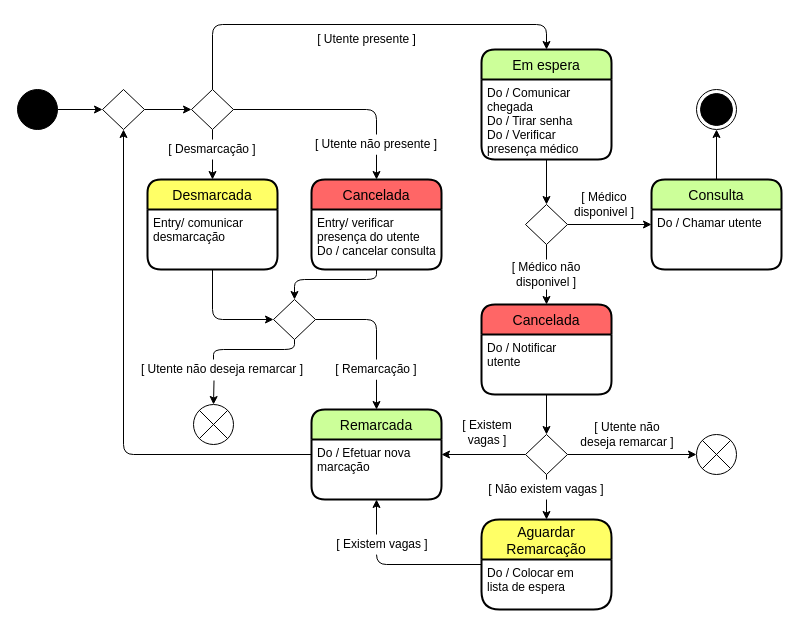
Earlier version of the draw.io diagram Diagrama de Estados - Marcação.drawio (getSierralta/Si-Centro-Hospitalar-Upskill). Source tidied: cells renumbered, new cells numbered last; positions are measured from the earlier drawing's top-left corner, leaving out a move shared by most shapes. Both pictures are drawn from the tidied source at 100%, with x=0, y=0 at pixel (17, 24).
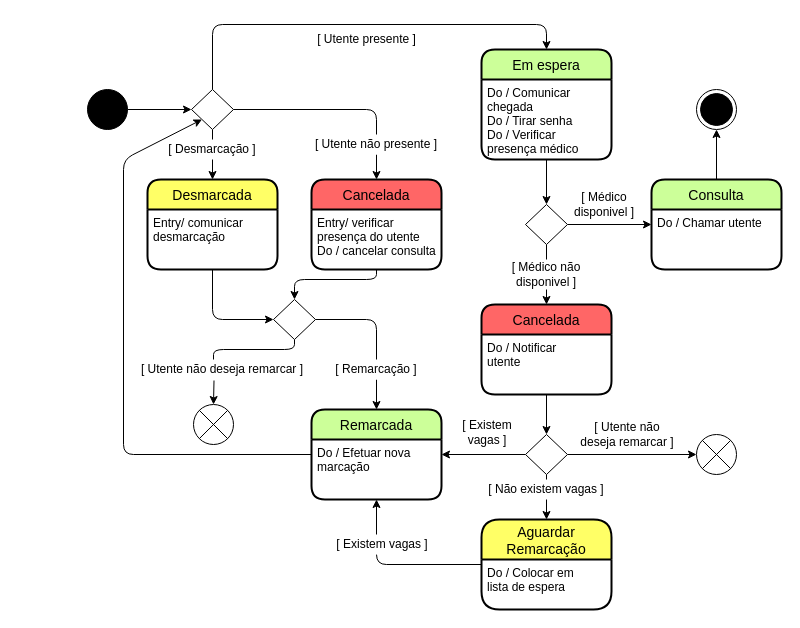
The same page after the edit.

The change refers to these unchanged cells:
```xml
<mxCell id="7" style="rhombus;whiteSpace=wrap;html=1;strokeColor=#000000;fillColor=#FFFFFF;" parent="1" vertex="1">
  <mxGeometry x="174" y="65" width="42" height="40" as="geometry" />
</mxCell>
<mxCell id="15" value="Remarcada" style="swimlane;horizontal=1;startSize=30;rounded=1;fontSize=14;fontStyle=0;strokeWidth=2;shadow=0;dashed=0;align=center;fillColor=#CCFF99;" parent="1" vertex="1">
  <mxGeometry x="294" y="385" width="130" height="90" as="geometry" />
</mxCell>
```

Diff of the diagram source:
```diff
@@
     <mxCell id="2" style="ellipse;whiteSpace=wrap;html=1;fillColor=#000000;" parent="1" vertex="1">
-      <mxGeometry y="65" width="40" height="40" as="geometry" />
+      <mxGeometry x="70" y="65" width="40" height="40" as="geometry" />
     </mxCell>
@@
-    <mxCell id="8" style="edgeStyle=orthogonalEdgeStyle;rounded=0;jettySize=auto;html=1;entryX=0;entryY=0.5;entryDx=0;entryDy=0;" parent="1" edge="1" source="39" target="7">
-      <mxGeometry relative="1" as="geometry" />
-    </mxCell>
@@
-    <mxCell id="39" style="rhombus;whiteSpace=wrap;html=1;strokeColor=#000000;fillColor=#FFFFFF;" parent="1" vertex="1">
-      <mxGeometry x="85" y="65" width="42" height="40" as="geometry" />
-    </mxCell>
-    <mxCell id="40" style="edgeStyle=orthogonalEdgeStyle;rounded=0;jettySize=auto;html=1;entryX=0;entryY=0.5;entryDx=0;entryDy=0;" parent="1" edge="1" source="2" target="39">
+    <mxCell id="40" style="edgeStyle=orthogonalEdgeStyle;rounded=0;jettySize=auto;html=1;entryX=0;entryY=0.5;entryDx=0;entryDy=0;" parent="1" edge="1" source="2" target="7">
       <mxGeometry relative="1" as="geometry" />
     </mxCell>
-    <mxCell id="41" style="endArrow=classic;html=1;exitX=0;exitY=0.5;exitDx=0;exitDy=0;entryX=0.5;entryY=1;entryDx=0;entryDy=0;" parent="1" edge="1" source="15" target="39">
+    <mxCell id="41" style="endArrow=classic;html=1;exitX=0;exitY=0.5;exitDx=0;exitDy=0;entryX=0;entryY=1;entryDx=0;entryDy=0;" parent="1" edge="1" source="15" target="7">
       <mxGeometry relative="1" as="geometry">
         <Array as="points">
           <mxPoint x="106" y="430" />
+          <mxPoint x="106" y="135" />
         </Array>
       </mxGeometry>
     </mxCell>
```
